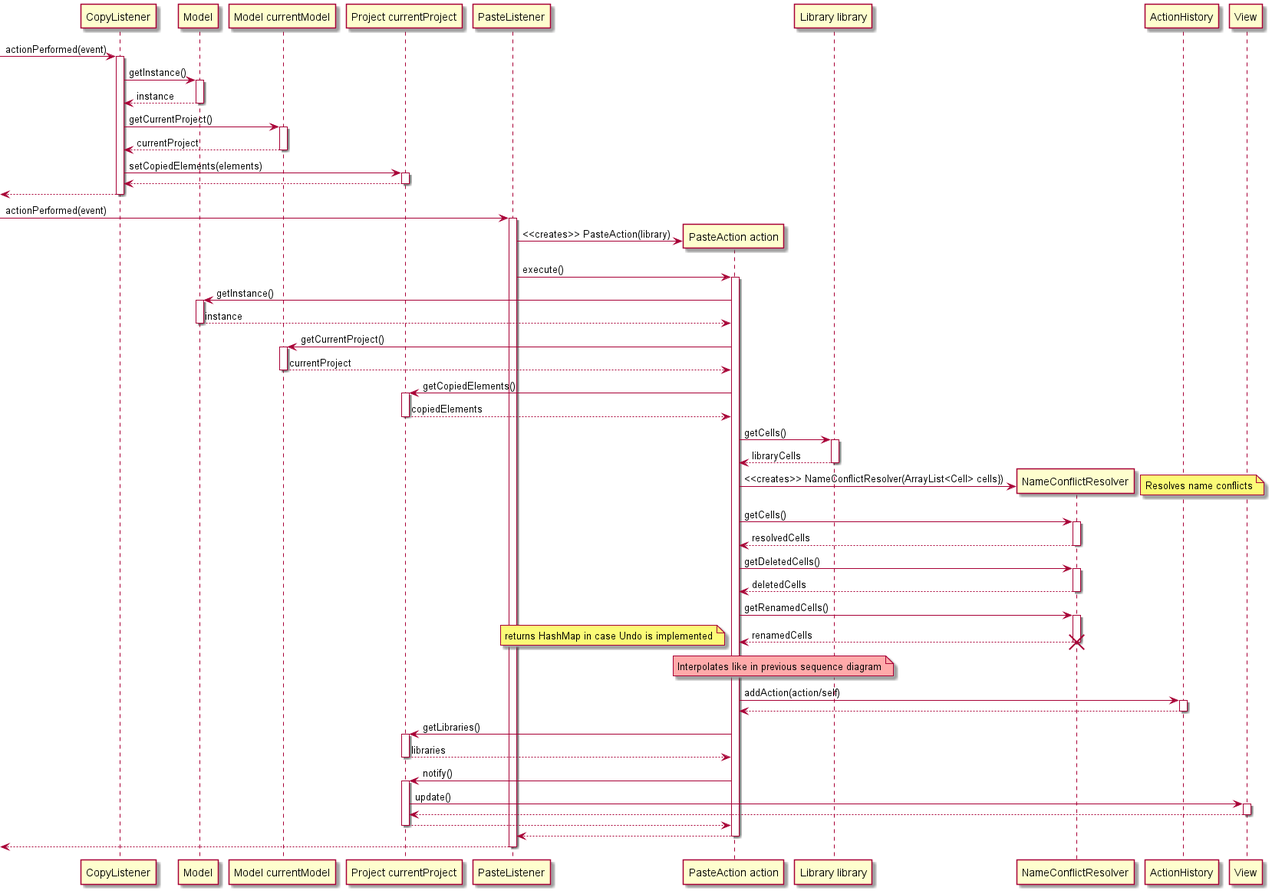
This is Design Phase/Images/FR-14.png from AlpTorac/PSE-Report, a PlantUML export, as it was before one commit.
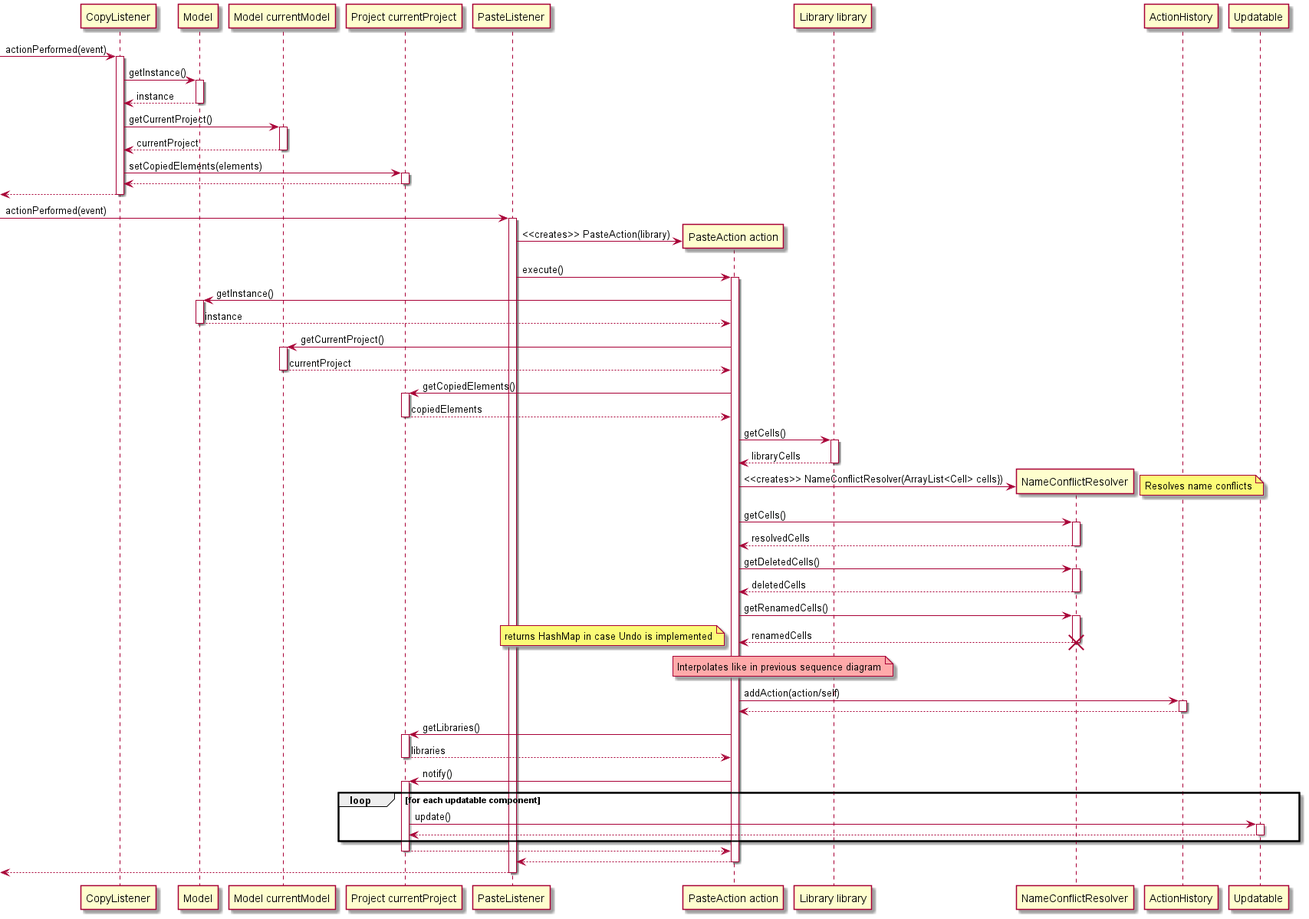
After the commit.

The edit, as a diff of the source:
```diff
@@ -35,8 +35,10 @@
 "PasteAction action" -> "Project currentProject" ++ : getLibraries()
 return libraries
 "PasteAction action" -> "Project currentProject" ++ : notify()
-"Project currentProject" -> View ++: update()
+loop for each updatable component
+"Project currentProject" -> Updatable ++ : update()
 return
+end
 return
 return
 return
```
